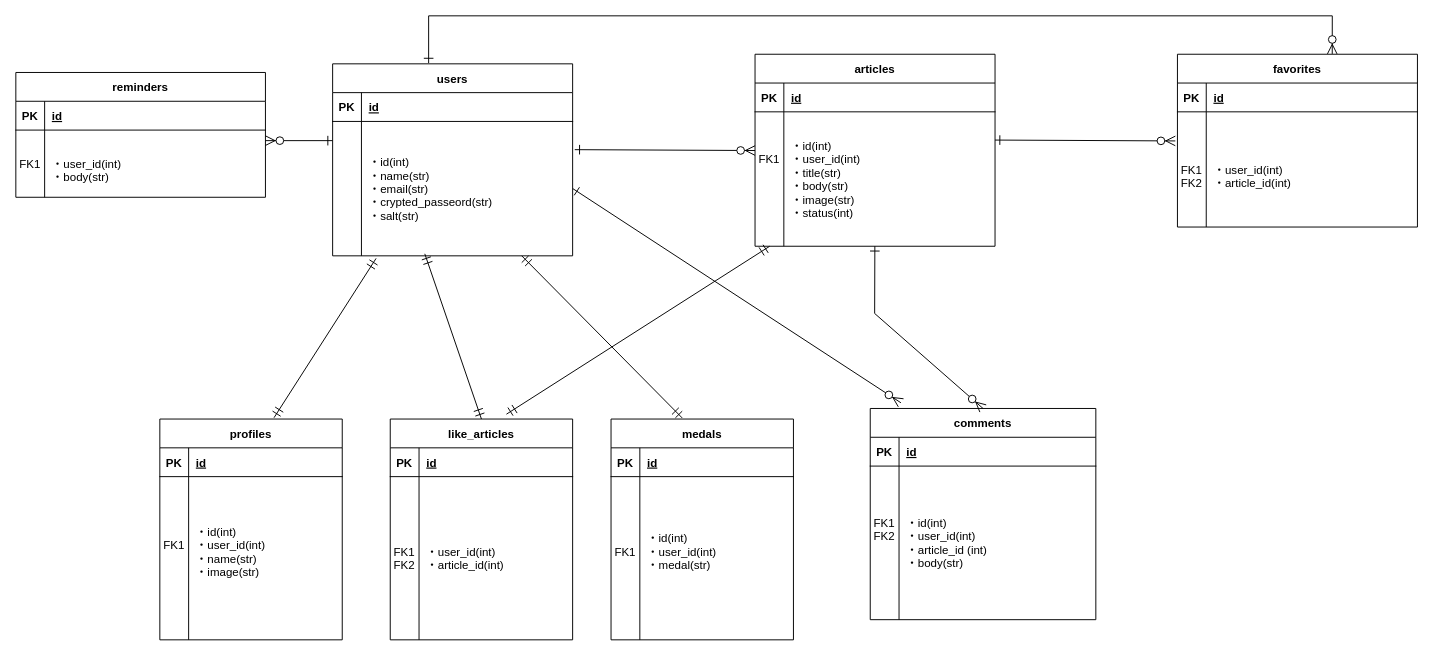
The draw.io diagram 名称未設定ファイル.drawio in s17w09/Entity-Relationship-Diagram, before the edit. Source tidied: cells renumbered, new cells numbered last; positions are measured from the earlier drawing's top-left corner, leaving out a move shared by most shapes. Both pictures are drawn from the tidied source at 96%, with x=0, y=0 at pixel (15, 15).
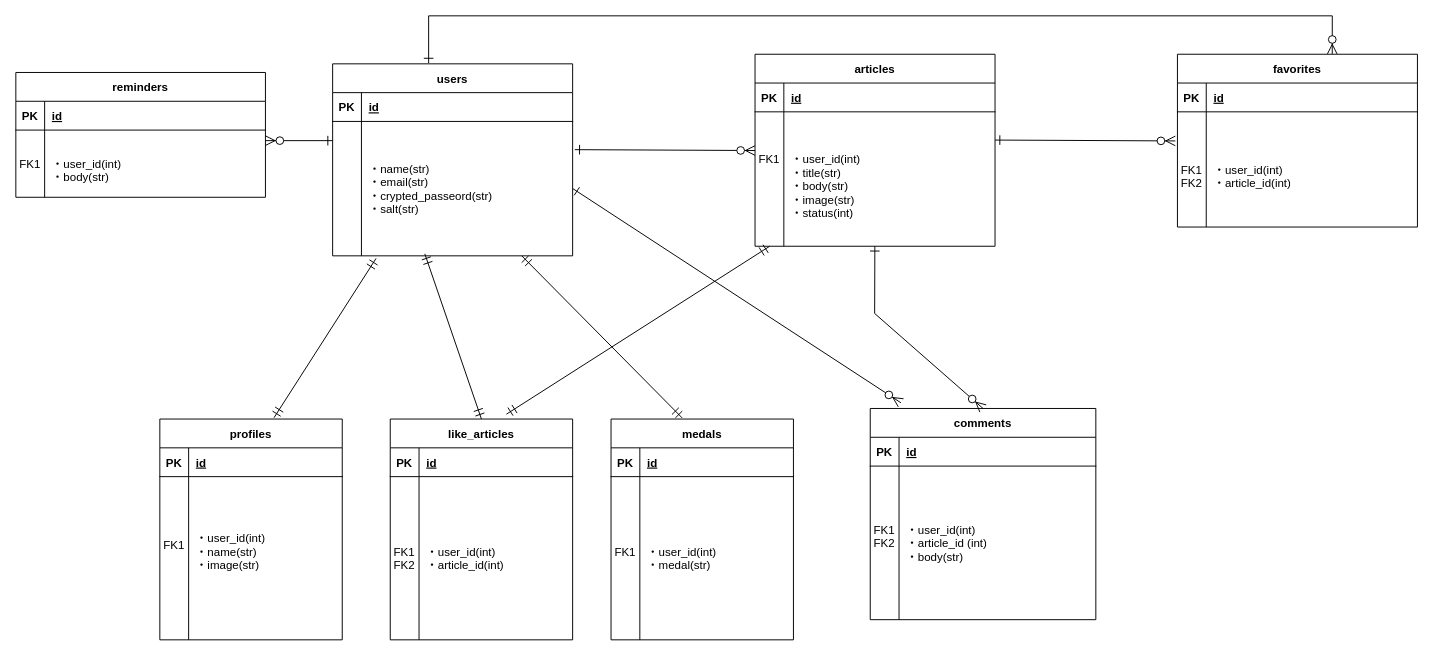
The same page after the edit.

Commit message:
名称未設定ファイル.drawio を更新します

Unchanged cells that the change refers to:
```xml
<mxCell id="6" style="shape=partialRectangle;fillColor=none;points=[[0,0.5],[1,0.5]];portConstraint=eastwest;top=0;left=0;right=0;bottom=0;" parent="2" vertex="1">
  <mxGeometry y="60" width="250" height="140" as="geometry" />
</mxCell>
<mxCell id="13" style="shape=partialRectangle;fillColor=none;points=[[0,0.5],[1,0.5]];portConstraint=eastwest;top=0;left=0;right=0;bottom=0;" parent="9" vertex="1">
  <mxGeometry y="60" width="250" height="140" as="geometry" />
</mxCell>
<mxCell id="34" style="shape=partialRectangle;fillColor=none;top=0;left=0;right=0;bottom=0;" parent="30" vertex="1">
  <mxGeometry y="60" width="235" height="160" as="geometry" />
</mxCell>
<mxCell id="41" style="shape=partialRectangle;fillColor=none;top=0;left=0;right=0;bottom=0;" parent="37" vertex="1">
  <mxGeometry y="60" width="190" height="170" as="geometry" />
</mxCell>
<mxCell id="61" style="shape=partialRectangle;fillColor=none;top=0;left=0;right=0;bottom=0;" parent="57" vertex="1">
  <mxGeometry y="60" width="190" height="170" as="geometry" />
</mxCell>
```

Change to the diagram source:
```diff
@@
-    <mxCell id="8" value="・id(int)&#10;・user_id(int)&#10;・title(str)&#10;・body(str)&#10;・image(str)&#10;・status(int)" style="shape=partialRectangle;overflow=hidden;fillColor=none;top=0;left=0;bottom=0;right=0;align=left;spacingLeft=6;" parent="6" vertex="1">
+    <mxCell id="8" value="&#10;・user_id(int)&#10;・title(str)&#10;・body(str)&#10;・image(str)&#10;・status(int)" style="shape=partialRectangle;overflow=hidden;fillColor=none;top=0;left=0;bottom=0;right=0;align=left;spacingLeft=6;" parent="6" vertex="1">
       <mxGeometry x="30" width="220" height="140" as="geometry" />
     </mxCell>
@@
-    <mxCell id="15" value="・id(int)&#10;・name(str)&#10;・email(str)&#10;・crypted_passeord(str)&#10;・salt(str)" style="shape=partialRectangle;overflow=hidden;fillColor=none;top=0;left=0;bottom=0;right=0;align=left;spacingLeft=6;" parent="13" vertex="1">
+    <mxCell id="15" value="・name(str)&#10;・email(str)&#10;・crypted_passeord(str)&#10;・salt(str)" style="shape=partialRectangle;overflow=hidden;fillColor=none;top=0;left=0;bottom=0;right=0;align=left;spacingLeft=6;" parent="13" vertex="1">
       <mxGeometry x="30" width="220" height="140" as="geometry" />
     </mxCell>
@@
-    <mxCell id="35" value="FK1&#10;FK2&#10;&#10;" style="shape=partialRectangle;overflow=hidden;fillColor=none;top=0;left=0;bottom=0;right=0;" parent="34" vertex="1">
+    <mxCell id="35" value="&#10;FK1&#10;FK2&#10;&#10;" style="shape=partialRectangle;overflow=hidden;fillColor=none;top=0;left=0;bottom=0;right=0;" parent="34" vertex="1">
       <mxGeometry width="30" height="160" as="geometry" />
     </mxCell>
-    <mxCell id="36" value="・id(int)&#10;・user_id(int)&#10;・article_id (int)&#10;・body(str)" style="shape=partialRectangle;overflow=hidden;fillColor=none;top=0;left=0;bottom=0;right=0;align=left;spacingLeft=6;" parent="34" vertex="1">
+    <mxCell id="36" value="・user_id(int)&#10;・article_id (int)&#10;・body(str)" style="shape=partialRectangle;overflow=hidden;fillColor=none;top=0;left=0;bottom=0;right=0;align=left;spacingLeft=6;" parent="34" vertex="1">
       <mxGeometry x="30" width="205" height="160" as="geometry" />
     </mxCell>
@@
-    <mxCell id="43" value="・id(int)&#10;・user_id(int)&#10;・name(str)&#10;・image(str)&#10;" style="shape=partialRectangle;overflow=hidden;fillColor=none;top=0;left=0;bottom=0;right=0;align=left;spacingLeft=6;" parent="41" vertex="1">
+    <mxCell id="43" value="・user_id(int)&#10;・name(str)&#10;・image(str)&#10;" style="shape=partialRectangle;overflow=hidden;fillColor=none;top=0;left=0;bottom=0;right=0;align=left;spacingLeft=6;" parent="41" vertex="1">
       <mxGeometry x="30" width="160" height="170" as="geometry" />
     </mxCell>
@@
-    <mxCell id="63" value="・id(int)&#10;・user_id(int)&#10;・medal(str)&#10;" style="shape=partialRectangle;overflow=hidden;fillColor=none;top=0;left=0;bottom=0;right=0;align=left;spacingLeft=6;" parent="61" vertex="1">
+    <mxCell id="63" value="&#10;・user_id(int)&#10;・medal(str)&#10;" style="shape=partialRectangle;overflow=hidden;fillColor=none;top=0;left=0;bottom=0;right=0;align=left;spacingLeft=6;" parent="61" vertex="1">
       <mxGeometry x="30" width="160" height="170" as="geometry" />
     </mxCell>
```
